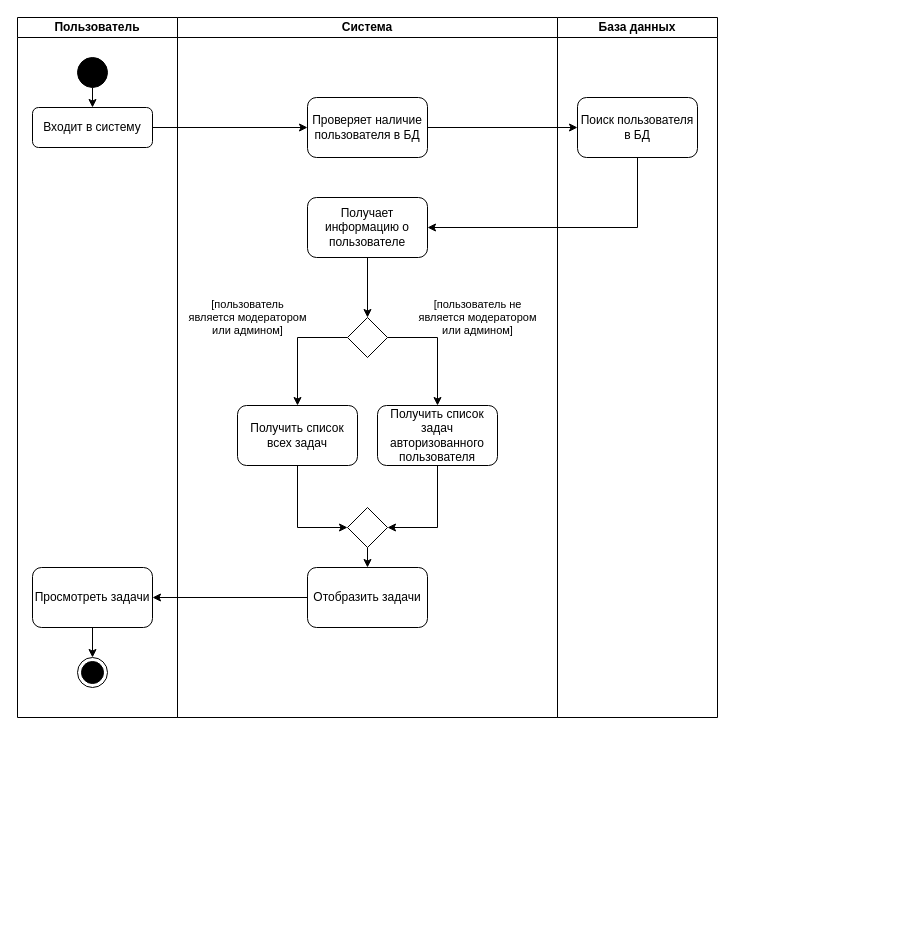
The draw.io diagram page "Диаграмма деятельности" (4 of 6) of UML/UML_diagrams.drawio in ktoToGdeTo/BachelorDiploma, before the edit. Source tidied: cells renumbered, new cells numbered last; positions are measured from the earlier drawing's top-left corner, leaving out a move shared by most shapes. Both pictures are drawn from the tidied source at 100%, with x=0, y=0 at pixel (17, 17).
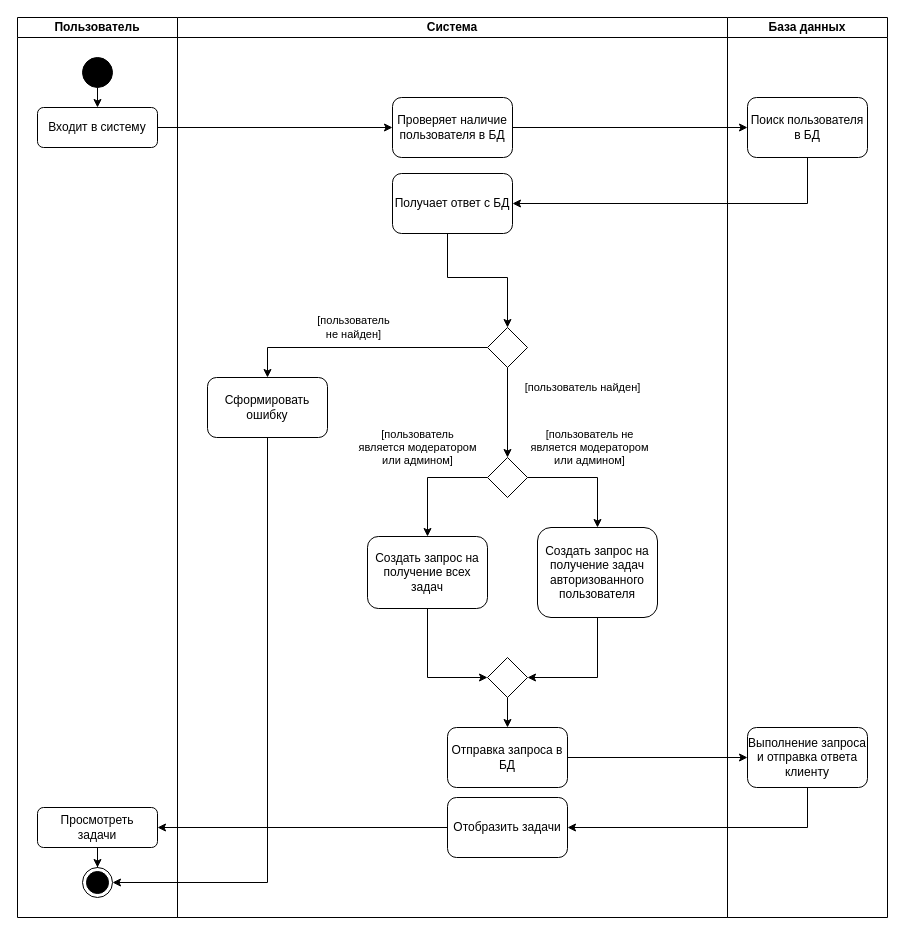
The same diagram, later.

What changed in the source:
```diff
@@
     <mxCell id="2" value="Пользователь" style="swimlane;startSize=20;whiteSpace=wrap;html=1;" parent="1" vertex="1">
-      <mxGeometry width="160" height="700" as="geometry" />
+      <mxGeometry width="160" height="900" as="geometry" />
     </mxCell>
@@
     <mxCell id="4" style="ellipse;fillColor=strokeColor;html=1;" parent="2" vertex="1">
-      <mxGeometry x="60" y="40" width="30" height="30" as="geometry" />
+      <mxGeometry x="65" y="40" width="30" height="30" as="geometry" />
     </mxCell>
     <mxCell id="5" value="Входит в систему" style="rounded=1;whiteSpace=wrap;html=1;" parent="2" vertex="1">
-      <mxGeometry x="15" y="90" width="120" height="40" as="geometry" />
+      <mxGeometry x="20" y="90" width="120" height="40" as="geometry" />
     </mxCell>
+    <mxCell id="11" value="Просмотреть задачи" style="rounded=1;whiteSpace=wrap;html=1;spacing=4;" parent="2" vertex="1">
+      <mxGeometry x="20" y="790" width="120" height="40" as="geometry" />
+    </mxCell>
+    <mxCell id="12" style="ellipse;html=1;shape=endState;fillColor=strokeColor;" parent="2" vertex="1">
+      <mxGeometry x="65" y="850" width="30" height="30" as="geometry" />
+    </mxCell>
+    <mxCell id="10" style="edgeStyle=orthogonalEdgeStyle;rounded=0;jettySize=auto;html=1;entryX=0.5;entryY=0;entryDx=0;entryDy=0;" parent="2" edge="1" source="11" target="12">
+      <mxGeometry relative="1" as="geometry" />
+    </mxCell>
     <mxCell id="6" value="Система" style="swimlane;startSize=20;whiteSpace=wrap;html=1;" parent="1" vertex="1">
-      <mxGeometry x="160" width="380" height="700" as="geometry" />
+      <mxGeometry x="160" width="550" height="900" as="geometry" />
     </mxCell>
     <mxCell id="7" value="Проверяет наличие пользователя в БД" style="rounded=1;whiteSpace=wrap;html=1;" parent="6" vertex="1">
-      <mxGeometry x="130" y="80" width="120" height="60" as="geometry" />
+      <mxGeometry x="215" y="80" width="120" height="60" as="geometry" />
     </mxCell>
-    <mxCell id="8" style="edgeStyle=orthogonalEdgeStyle;rounded=0;jettySize=auto;html=1;exitX=0.5;exitY=1;exitDx=0;exitDy=0;entryX=0.5;entryY=0;entryDx=0;entryDy=0;" parent="6" edge="1" source="9" target="15">
-      <mxGeometry relative="1" as="geometry" />
-    </mxCell>
+    <mxCell id="29" style="edgeStyle=orthogonalEdgeStyle;rounded=0;jettySize=auto;html=1;entryX=0.5;entryY=0;entryDx=0;entryDy=0;" parent="6" edge="1" source="9" target="34">
+      <mxGeometry relative="1" as="geometry">
+        <Array as="points">
+          <mxPoint x="270" y="260" />
+        </Array>
+      </mxGeometry>
+    </mxCell>
-    <mxCell id="9" value="Получает информацию о пользователе" style="rounded=1;whiteSpace=wrap;html=1;" parent="6" vertex="1">
-      <mxGeometry x="130" y="180" width="120" height="60" as="geometry" />
+    <mxCell id="9" value="Получает ответ с БД" style="rounded=1;whiteSpace=wrap;html=1;" parent="6" vertex="1">
+      <mxGeometry x="215" y="156" width="120" height="60" as="geometry" />
     </mxCell>
-    <mxCell id="10" style="edgeStyle=orthogonalEdgeStyle;rounded=0;jettySize=auto;html=1;entryX=0.5;entryY=0;entryDx=0;entryDy=0;" parent="6" edge="1" source="11" target="12">
-      <mxGeometry relative="1" as="geometry" />
-    </mxCell>
-    <mxCell id="11" value="Просмотреть задачи" style="rounded=1;whiteSpace=wrap;html=1;" parent="6" vertex="1">
-      <mxGeometry x="-145" y="550" width="120" height="60" as="geometry" />
-    </mxCell>
-    <mxCell id="12" style="ellipse;html=1;shape=endState;fillColor=strokeColor;" parent="6" vertex="1">
-      <mxGeometry x="-100" y="640" width="30" height="30" as="geometry" />
-    </mxCell>
     <mxCell id="13" value="[пользователь&lt;div&gt;является модератором&lt;/div&gt;&lt;div&gt;или админом]&lt;/div&gt;" style="edgeStyle=orthogonalEdgeStyle;rounded=0;jettySize=auto;html=1;exitX=0;exitY=0.5;exitDx=0;exitDy=0;entryX=0.5;entryY=0;entryDx=0;entryDy=0;labelBackgroundColor=none;" parent="6" edge="1" source="15" target="17">
-      <mxGeometry x="-0.15" y="-54" relative="1" as="geometry">
-        <mxPoint x="4" y="-20" as="offset" />
+      <mxGeometry x="0.01" y="-32" relative="1" as="geometry">
+        <mxPoint x="22" y="-30" as="offset" />
       </mxGeometry>
     </mxCell>
     <mxCell id="14" value="&lt;br&gt;&lt;span style=&quot;color: rgb(0, 0, 0); font-family: Helvetica; font-size: 11px; font-style: normal; font-variant-ligatures: normal; font-variant-caps: normal; font-weight: 400; letter-spacing: normal; orphans: 2; text-align: center; text-indent: 0px; text-transform: none; widows: 2; word-spacing: 0px; -webkit-text-stroke-width: 0px; white-space: nowrap; text-decoration-thickness: initial; text-decoration-style: initial; text-decoration-color: initial; float: none; display: inline !important;&quot;&gt;[пользователь не&lt;/span&gt;&lt;div style=&quot;forced-color-adjust: none; color: rgb(0, 0, 0); font-family: Helvetica; font-size: 11px; font-style: normal; font-variant-ligatures: normal; font-variant-caps: normal; font-weight: 400; letter-spacing: normal; orphans: 2; text-align: center; text-indent: 0px; text-transform: none; widows: 2; word-spacing: 0px; -webkit-text-stroke-width: 0px; white-space: nowrap; text-decoration-thickness: initial; text-decoration-style: initial; text-decoration-color: initial;&quot;&gt;является модератором&lt;/div&gt;&lt;div style=&quot;forced-color-adjust: none; color: rgb(0, 0, 0); font-family: Helvetica; font-size: 11px; font-style: normal; font-variant-ligatures: normal; font-variant-caps: normal; font-weight: 400; letter-spacing: normal; orphans: 2; text-align: center; text-indent: 0px; text-transform: none; widows: 2; word-spacing: 0px; -webkit-text-stroke-width: 0px; white-space: nowrap; text-decoration-thickness: initial; text-decoration-style: initial; text-decoration-color: initial;&quot;&gt;или админом]&lt;/div&gt;&lt;div&gt;&lt;br/&gt;&lt;/div&gt;" style="edgeStyle=orthogonalEdgeStyle;rounded=0;jettySize=auto;html=1;exitX=1;exitY=0.5;exitDx=0;exitDy=0;entryX=0.5;entryY=0;entryDx=0;entryDy=0;labelBackgroundColor=none;" parent="6" edge="1" source="15" target="19">
-      <mxGeometry x="-0.15" y="45" relative="1" as="geometry">
-        <mxPoint x="-5" y="-20" as="offset" />
-      </mxGeometry>
+      <mxGeometry x="0.03" y="30" relative="1" as="geometry" />
     </mxCell>
     <mxCell id="15" style="rhombus;whiteSpace=wrap;html=1;" parent="6" vertex="1">
-      <mxGeometry x="170" y="300" width="40" height="40" as="geometry" />
+      <mxGeometry x="310" y="440" width="40" height="40" as="geometry" />
     </mxCell>
@@
-    <mxCell id="17" value="Получить список всех задач" style="rounded=1;whiteSpace=wrap;html=1;" parent="6" vertex="1">
-      <mxGeometry x="60" y="388" width="120" height="60" as="geometry" />
+    <mxCell id="17" value="Создать запрос на получение всех задач" style="rounded=1;whiteSpace=wrap;html=1;" parent="6" vertex="1">
+      <mxGeometry x="190" y="519" width="120" height="72" as="geometry" />
     </mxCell>
     <mxCell id="18" style="edgeStyle=orthogonalEdgeStyle;rounded=0;jettySize=auto;html=1;entryX=1;entryY=0.5;entryDx=0;entryDy=0;" parent="6" edge="1" source="19" target="21">
-      <mxGeometry relative="1" as="geometry" />
+      <mxGeometry relative="1" as="geometry">
+        <Array as="points">
+          <mxPoint x="420" y="660" />
+        </Array>
+      </mxGeometry>
     </mxCell>
-    <mxCell id="19" value="Получить список задач авторизованного пользователя" style="rounded=1;whiteSpace=wrap;html=1;" parent="6" vertex="1">
-      <mxGeometry x="200" y="388" width="120" height="60" as="geometry" />
+    <mxCell id="19" value="Создать запрос на получение задач авторизованного пользователя" style="rounded=1;whiteSpace=wrap;html=1;" parent="6" vertex="1">
+      <mxGeometry x="360" y="510" width="120" height="90" as="geometry" />
     </mxCell>
-    <mxCell id="20" style="edgeStyle=orthogonalEdgeStyle;rounded=0;jettySize=auto;html=1;exitX=0.5;exitY=1;exitDx=0;exitDy=0;entryX=0.5;entryY=0;entryDx=0;entryDy=0;" parent="6" edge="1" source="21" target="22">
-      <mxGeometry relative="1" as="geometry" />
-    </mxCell>
+    <mxCell id="30" style="edgeStyle=orthogonalEdgeStyle;rounded=0;jettySize=auto;html=1;entryX=0.5;entryY=0;entryDx=0;entryDy=0;" parent="6" edge="1" source="21" target="31">
+      <mxGeometry relative="1" as="geometry" />
+    </mxCell>
     <mxCell id="21" style="rhombus;whiteSpace=wrap;html=1;" parent="6" vertex="1">
-      <mxGeometry x="170" y="490" width="40" height="40" as="geometry" />
+      <mxGeometry x="310" y="640" width="40" height="40" as="geometry" />
     </mxCell>
     <mxCell id="22" value="Отобразить задачи" style="rounded=1;whiteSpace=wrap;html=1;" parent="6" vertex="1">
-      <mxGeometry x="130" y="550" width="120" height="60" as="geometry" />
+      <mxGeometry x="270" y="780" width="120" height="60" as="geometry" />
     </mxCell>
-    <mxCell id="23" style="edgeStyle=orthogonalEdgeStyle;rounded=0;jettySize=auto;html=1;entryX=1;entryY=0.5;entryDx=0;entryDy=0;" parent="6" edge="1" source="22" target="11">
-      <mxGeometry relative="1" as="geometry" />
-    </mxCell>
+    <mxCell id="31" value="Отправка запроса в БД" style="rounded=1;whiteSpace=wrap;html=1;" parent="6" vertex="1">
+      <mxGeometry x="270" y="710" width="120" height="60" as="geometry" />
+    </mxCell>
+    <mxCell id="32" value="[пользователь&amp;nbsp;&lt;span style=&quot;background-color: light-dark(#ffffff, var(--ge-dark-color, #121212)); color: light-dark(rgb(0, 0, 0), rgb(255, 255, 255));&quot;&gt;найден]&lt;/span&gt;" style="edgeStyle=orthogonalEdgeStyle;rounded=0;jettySize=auto;html=1;entryX=0.5;entryY=0;entryDx=0;entryDy=0;" parent="6" edge="1" source="34" target="15">
+      <mxGeometry x="-0.56" y="75" relative="1" as="geometry" />
+    </mxCell>
+    <mxCell id="33" value="[пользователь&lt;div&gt;не найден]&lt;/div&gt;" style="edgeStyle=orthogonalEdgeStyle;rounded=0;jettySize=auto;html=1;entryX=0.5;entryY=0;entryDx=0;entryDy=0;" parent="6" edge="1" source="34" target="35">
+      <mxGeometry x="0.07" y="-20" relative="1" as="geometry" />
+    </mxCell>
+    <mxCell id="34" style="rhombus;whiteSpace=wrap;html=1;" parent="6" vertex="1">
+      <mxGeometry x="310" y="310" width="40" height="40" as="geometry" />
+    </mxCell>
+    <mxCell id="35" value="Сформировать ошибку" style="rounded=1;whiteSpace=wrap;html=1;" parent="6" vertex="1">
+      <mxGeometry x="30" y="360" width="120" height="60" as="geometry" />
+    </mxCell>
     <mxCell id="24" value="База данных" style="swimlane;startSize=20;whiteSpace=wrap;html=1;" parent="1" vertex="1">
-      <mxGeometry x="540" width="160" height="700" as="geometry" />
+      <mxGeometry x="710" width="160" height="900" as="geometry" />
     </mxCell>
-    <mxCell id="25" value="Поиск пользователя в БД" style="rounded=1;whiteSpace=wrap;html=1;" parent="24" vertex="1">
+    <mxCell id="25" value="Поиск пользователя в БД" style="rounded=1;whiteSpace=wrap;html=1;spacing=4;" parent="24" vertex="1">
       <mxGeometry x="20" y="80" width="120" height="60" as="geometry" />
     </mxCell>
+    <mxCell id="36" value="Выполнение запроса и отправка ответа клиенту" style="rounded=1;whiteSpace=wrap;html=1;" parent="24" vertex="1">
+      <mxGeometry x="20" y="710" width="120" height="60" as="geometry" />
+    </mxCell>
@@
+    <mxCell id="23" style="edgeStyle=orthogonalEdgeStyle;rounded=0;jettySize=auto;html=1;entryX=1;entryY=0.5;entryDx=0;entryDy=0;" parent="1" edge="1" source="22" target="11">
+      <mxGeometry relative="1" as="geometry" />
+    </mxCell>
+    <mxCell id="37" style="edgeStyle=orthogonalEdgeStyle;rounded=0;jettySize=auto;html=1;entryX=1;entryY=0.5;entryDx=0;entryDy=0;exitX=0.5;exitY=1;exitDx=0;exitDy=0;" parent="1" edge="1" source="35" target="12">
+      <mxGeometry relative="1" as="geometry">
+        <Array as="points">
+          <mxPoint x="250" y="865" />
+        </Array>
+      </mxGeometry>
+    </mxCell>
+    <mxCell id="38" style="edgeStyle=orthogonalEdgeStyle;rounded=0;jettySize=auto;html=1;entryX=0;entryY=0.5;entryDx=0;entryDy=0;" parent="1" edge="1" source="31" target="36">
+      <mxGeometry relative="1" as="geometry" />
+    </mxCell>
+    <mxCell id="39" style="edgeStyle=orthogonalEdgeStyle;rounded=0;jettySize=auto;html=1;entryX=1;entryY=0.5;entryDx=0;entryDy=0;" parent="1" edge="1" source="36" target="22">
+      <mxGeometry relative="1" as="geometry">
+        <Array as="points">
+          <mxPoint x="790" y="810" />
+        </Array>
+      </mxGeometry>
+    </mxCell>
```
